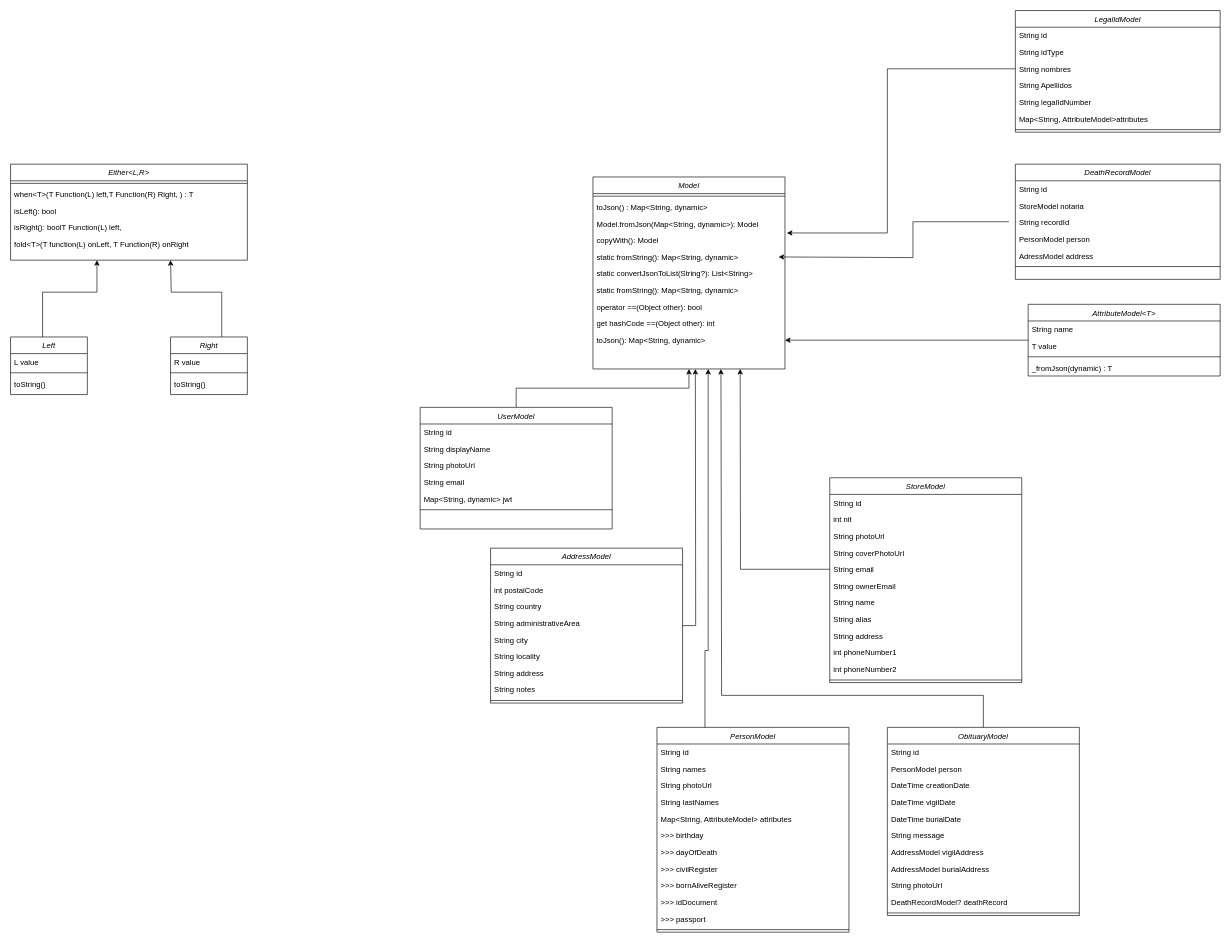
Above: page "Page-1" (1 of 3) of uml/uml_diagrams.drawio in grupo-jocaagura/jocaagura_domain (draw.io), before the change. Source tidied: cells renumbered, new cells numbered last; positions are measured from the earlier drawing's top-left corner, leaving out a move shared by most shapes. Both pictures are drawn from the tidied source at 64%, with x=0, y=0 at pixel (10, 10).
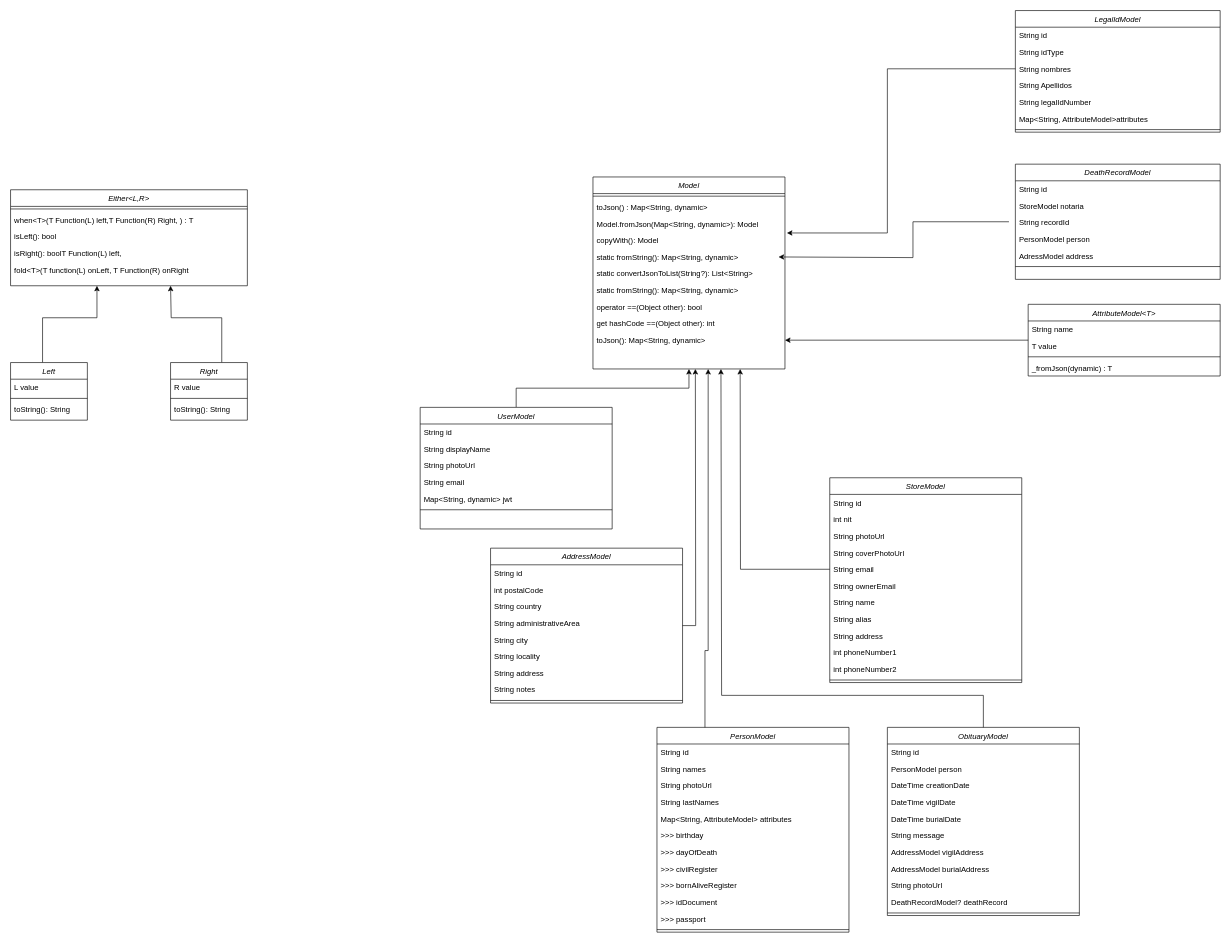
After the change.

Unchanged cells that the change refers to:
```xml
<mxCell id="111" value="Left" style="swimlane;fontStyle=2;align=center;verticalAlign=top;horizontal=1;startSize=26;rounded=0;shadow=0;strokeWidth=1;" parent="102" vertex="1">
  <mxGeometry y="270" width="120" height="90" as="geometry" />
</mxCell>
<mxCell id="116" value="Right" style="swimlane;fontStyle=2;align=center;verticalAlign=top;horizontal=1;startSize=26;rounded=0;shadow=0;strokeWidth=1;" parent="102" vertex="1">
  <mxGeometry x="250" y="270" width="120" height="90" as="geometry" />
</mxCell>
```

The edit, as a diff of the source:
```diff
@@
     <mxCell id="99" style="group;" parent="1" vertex="1">
-      <mxGeometry y="240" width="370" height="740" as="geometry" />
+      <mxGeometry y="280" width="370" height="740" as="geometry" />
     </mxCell>
@@
-    <mxCell id="114" value="toString()" style="text;align=left;verticalAlign=top;spacingLeft=4;spacingRight=4;overflow=hidden;" parent="111" vertex="1">
+    <mxCell id="114" value="toString(): String" style="text;align=left;verticalAlign=top;spacingLeft=4;spacingRight=4;overflow=hidden;" parent="111" vertex="1">
       <mxGeometry y="60" width="120" height="26" as="geometry" />
     </mxCell>
@@
-    <mxCell id="119" value="toString()" style="text;align=left;verticalAlign=top;spacingLeft=4;spacingRight=4;overflow=hidden;" parent="116" vertex="1">
+    <mxCell id="119" value="toString(): String" style="text;align=left;verticalAlign=top;spacingLeft=4;spacingRight=4;overflow=hidden;" parent="116" vertex="1">
       <mxGeometry y="60" width="120" height="26" as="geometry" />
     </mxCell>
```
